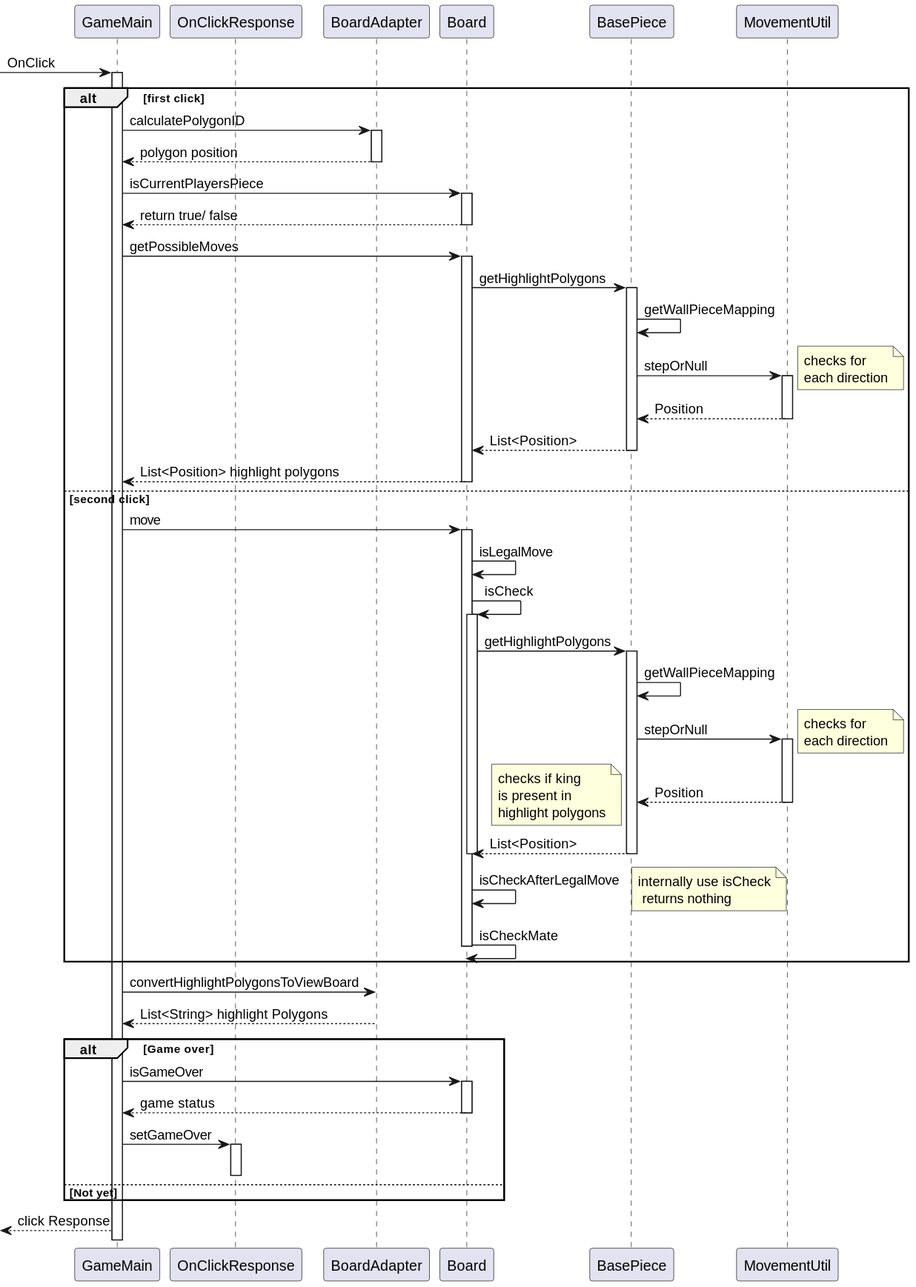
Before: documentation/images/newGameSequenceDiagram.svg, a diagram exported from PlantUML (ShashankSinha98/3-Player-Chess).
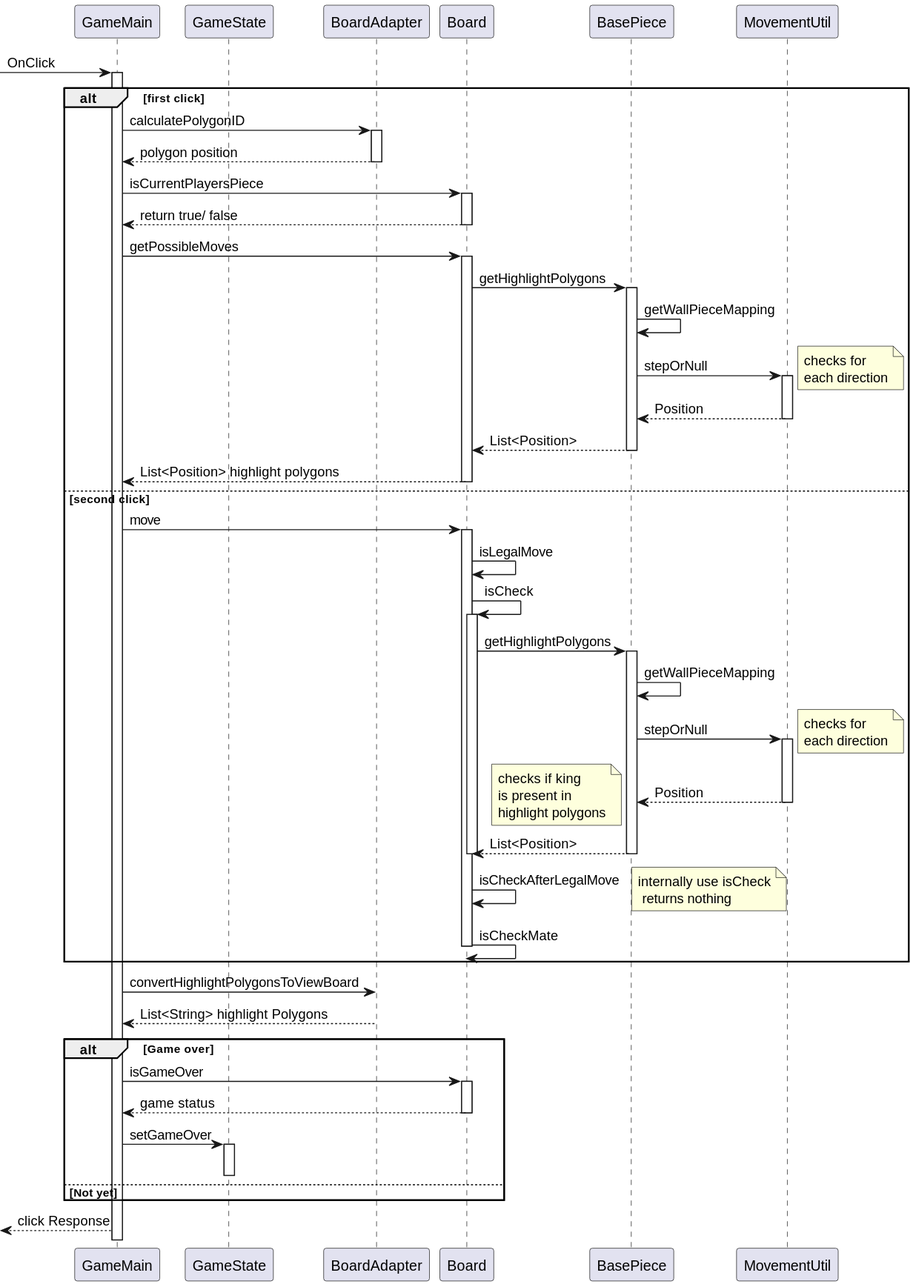
The same file after the commit.

Commit message:
renamed onclickresponse to gamestate

What changed in the source:
```diff
@@ -1,6 +1,6 @@
 @startuml
 participant GameMain
-participant OnClickResponse
+participant GameState
 ->GameMain: OnClick
 activate GameMain
 alt first click
@@ -56,9 +56,9 @@
 activate Board
 GameMain<--Board: game status
 deactivate Board
-GameMain->OnClickResponse: setGameOver
-activate OnClickResponse
-deactivate OnClickResponse
+GameMain->GameState: setGameOver
+activate GameState
+deactivate GameState
 else Not yet
 end
 <--GameMain: click Response
```
